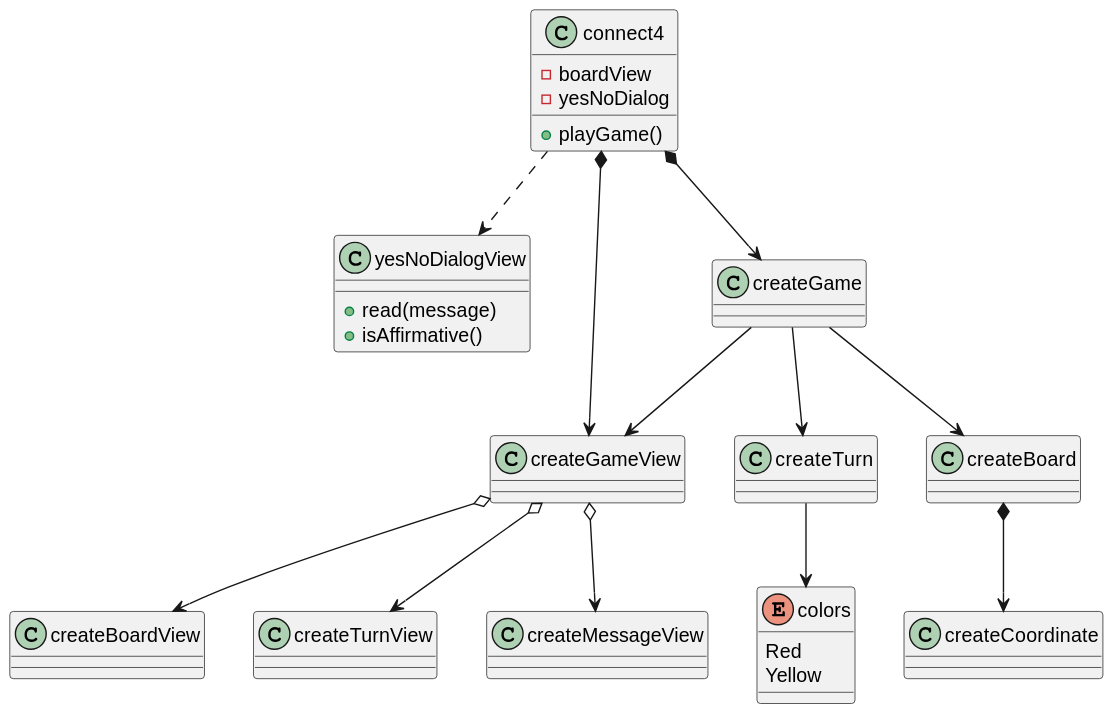
The PlantUML diagram out/UML/softwareModel_v2/softwareModel_v2.svg in jumpering/connect4, before a commit.
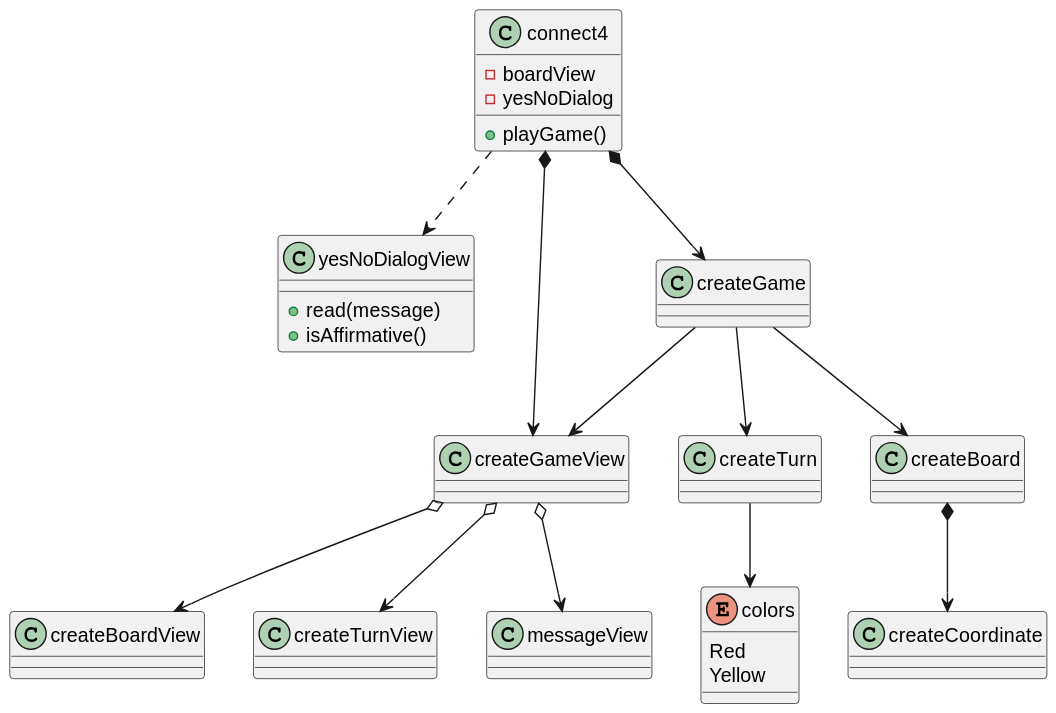
Above is the later version.

Change to the diagram source:
```diff
@@ -32,7 +32,7 @@
 
 }
 
-class createMessageView{
+class messageView{
 
 }
 
@@ -56,7 +56,7 @@
 createGame --> createGameView
 createGameView o--> createBoardView
 createGameView o--> createTurnView
-createGameView o--> createMessageView
+createGameView o--> messageView
 
 createBoard *--> createCoordinate
 
```
